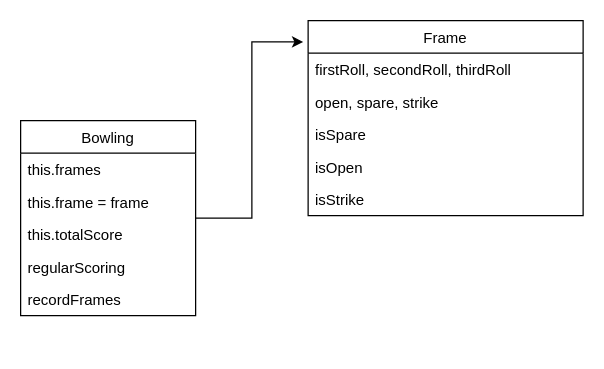
Earlier version of the draw.io diagram bowling.drawio (makersacademy/bowling-challenge). Source tidied: cells renumbered, new cells numbered last; positions are measured from the earlier drawing's top-left corner, leaving out a move shared by most shapes. Both pictures are drawn from the tidied source at 125%, with x=0, y=0 at pixel (20, 20).
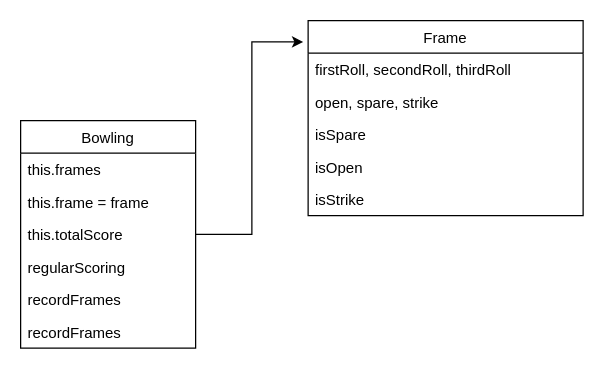
After the change.

Change to the diagram source:
```diff
@@
 <mxGraphModel>
   <root>
     <mxCell id="0" />
     <mxCell id="1" parent="0" />
     <mxCell id="2" style="edgeStyle=orthogonalEdgeStyle;rounded=0;jettySize=auto;html=1;entryX=-0.018;entryY=0.109;entryDx=0;entryDy=0;entryPerimeter=0;" parent="1" edge="1" source="3" target="9">
       <mxGeometry relative="1" as="geometry" />
     </mxCell>
     <mxCell id="3" value="Bowling" style="swimlane;fontStyle=0;horizontal=1;startSize=26;" parent="1" vertex="1">
-      <mxGeometry y="80" width="140" height="156" as="geometry" />
+      <mxGeometry y="80" width="140" height="182" as="geometry" />
     </mxCell>
     <mxCell id="4" value="this.frames " style="text;strokeColor=none;fillColor=none;align=left;verticalAlign=top;spacingLeft=4;spacingRight=4;overflow=hidden;" parent="3" vertex="1">
       <mxGeometry y="26" width="140" height="26" as="geometry" />
     </mxCell>
     <mxCell id="5" value="this.frame = frame" style="text;strokeColor=none;fillColor=none;align=left;verticalAlign=top;spacingLeft=4;spacingRight=4;overflow=hidden;" parent="3" vertex="1">
       <mxGeometry y="52" width="140" height="26" as="geometry" />
     </mxCell>
     <mxCell id="6" value="this.totalScore" style="text;strokeColor=none;fillColor=none;align=left;verticalAlign=top;spacingLeft=4;spacingRight=4;overflow=hidden;" parent="3" vertex="1">
       <mxGeometry y="78" width="140" height="26" as="geometry" />
     </mxCell>
     <mxCell id="7" value="regularScoring" style="text;strokeColor=none;fillColor=none;align=left;verticalAlign=top;spacingLeft=4;spacingRight=4;overflow=hidden;" parent="3" vertex="1">
       <mxGeometry y="104" width="140" height="26" as="geometry" />
     </mxCell>
     <mxCell id="8" value="recordFrames" style="text;strokeColor=none;fillColor=none;align=left;verticalAlign=top;spacingLeft=4;spacingRight=4;overflow=hidden;" parent="3" vertex="1">
       <mxGeometry y="130" width="140" height="26" as="geometry" />
     </mxCell>
+    <mxCell id="15" value="recordFrames" style="text;strokeColor=none;fillColor=none;align=left;verticalAlign=top;spacingLeft=4;spacingRight=4;overflow=hidden;" parent="3" vertex="1">
+      <mxGeometry y="156" width="140" height="26" as="geometry" />
+    </mxCell>
     <mxCell id="9" value="Frame" style="swimlane;fontStyle=0;horizontal=1;startSize=26;" parent="1" vertex="1">
       <mxGeometry x="230" width="220" height="156" as="geometry" />
     </mxCell>
     <mxCell id="10" value="firstRoll, secondRoll, thirdRoll" style="text;strokeColor=none;fillColor=none;align=left;verticalAlign=top;spacingLeft=4;spacingRight=4;overflow=hidden;" parent="9" vertex="1">
       <mxGeometry y="26" width="220" height="26" as="geometry" />
     </mxCell>
     <mxCell id="11" value="open, spare, strike" style="text;strokeColor=none;fillColor=none;align=left;verticalAlign=top;spacingLeft=4;spacingRight=4;overflow=hidden;" parent="9" vertex="1">
       <mxGeometry y="52" width="220" height="26" as="geometry" />
     </mxCell>
     <mxCell id="12" value="isSpare" style="text;strokeColor=none;fillColor=none;align=left;verticalAlign=top;spacingLeft=4;spacingRight=4;overflow=hidden;" parent="9" vertex="1">
       <mxGeometry y="78" width="220" height="26" as="geometry" />
     </mxCell>
     <mxCell id="13" value="isOpen" style="text;strokeColor=none;fillColor=none;align=left;verticalAlign=top;spacingLeft=4;spacingRight=4;overflow=hidden;" parent="9" vertex="1">
       <mxGeometry y="104" width="220" height="26" as="geometry" />
     </mxCell>
     <mxCell id="14" value="isStrike" style="text;strokeColor=none;fillColor=none;align=left;verticalAlign=top;spacingLeft=4;spacingRight=4;overflow=hidden;" parent="9" vertex="1">
       <mxGeometry y="130" width="220" height="26" as="geometry" />
     </mxCell>
   </root>
 </mxGraphModel>
```
